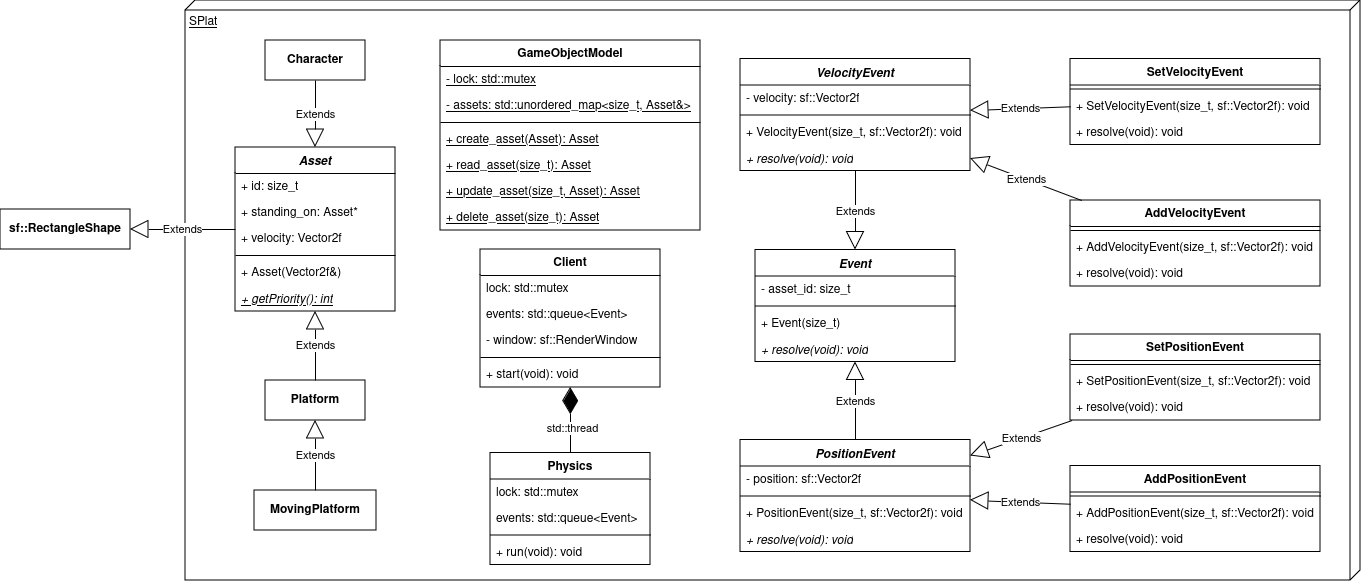
Above: uml/splat_i1_initial.png in mwhicks-dev/SPlat (draw.io), before the change. Source tidied: cells renumbered, new cells last; positions are measured from the earlier drawing's top-left corner, leaving out a move shared by most shapes.
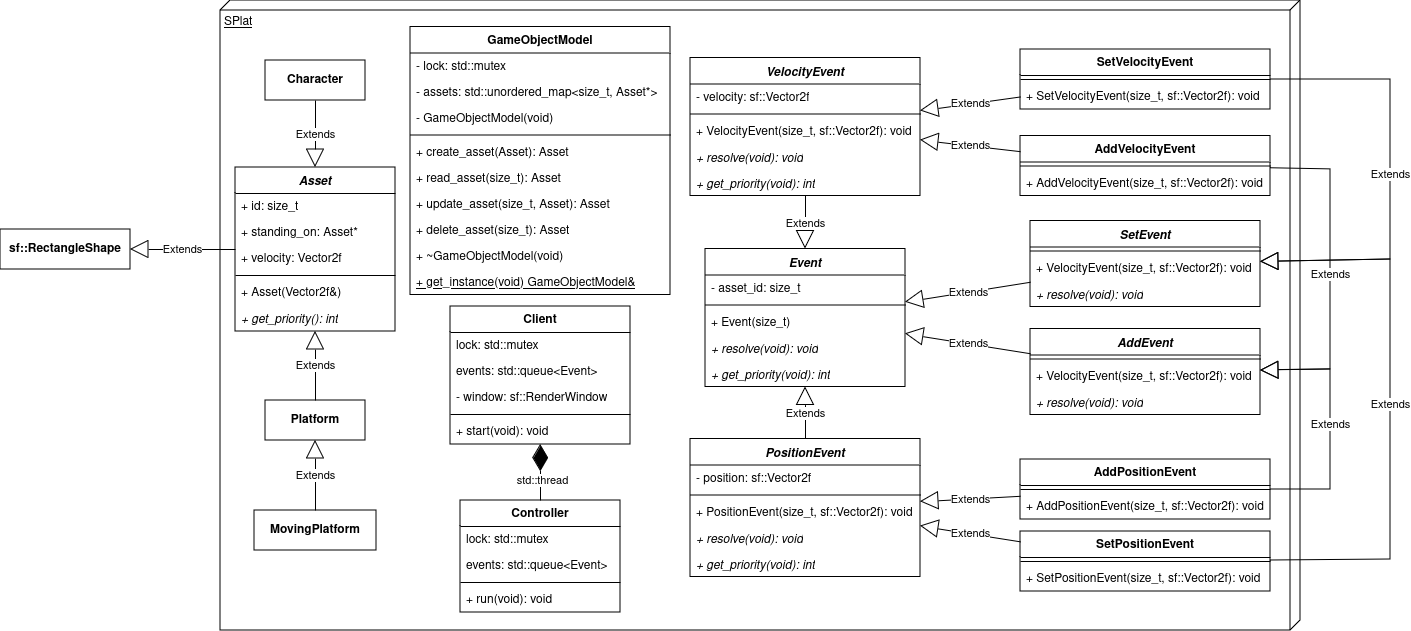
After the commit.

Commit message:
Updated iteration 1 UML

What changed in the source:
```diff
@@ -5,3 +5,3 @@
     <mxCell id="2" value="SPlat" style="verticalAlign=top;align=left;spacingTop=8;spacingLeft=2;spacingRight=12;shape=cube;size=10;direction=south;fontStyle=4;html=1;whiteSpace=wrap;" parent="1" vertex="1">
-      <mxGeometry x="185" width="1175" height="580" as="geometry" />
+      <mxGeometry x="220" y="-20" width="1080" height="630" as="geometry" />
     </mxCell>
@@ -28,3 +28,3 @@
     </mxCell>
-    <mxCell id="10" value="&lt;i&gt;&lt;u&gt;+ getPriority(): int&lt;/u&gt;&lt;/i&gt;" style="text;strokeColor=none;fillColor=none;align=left;verticalAlign=top;spacingLeft=4;spacingRight=4;overflow=hidden;whiteSpace=wrap;html=1;" parent="4" vertex="1">
+    <mxCell id="10" value="&lt;i&gt;&lt;span&gt;+ get_priority(): int&lt;/span&gt;&lt;/i&gt;" style="text;strokeColor=none;fillColor=none;align=left;verticalAlign=top;spacingLeft=4;spacingRight=4;overflow=hidden;whiteSpace=wrap;html=1;fontStyle=0;" parent="4" vertex="1">
       <mxGeometry y="138" width="160" height="26" as="geometry" />
@@ -53,27 +53,36 @@
     <mxCell id="18" value="GameObjectModel" style="swimlane;fontStyle=1;align=center;verticalAlign=top;horizontal=1;startSize=26;whiteSpace=wrap;html=1;" parent="1" vertex="1">
-      <mxGeometry x="440" y="40" width="260" height="190" as="geometry" />
+      <mxGeometry x="410" y="6.5" width="260" height="268" as="geometry" />
     </mxCell>
-    <mxCell id="19" value="- lock: std::mutex" style="text;strokeColor=none;fillColor=none;align=left;verticalAlign=top;spacingLeft=4;spacingRight=4;overflow=hidden;whiteSpace=wrap;html=1;fontStyle=4;" parent="18" vertex="1">
+    <mxCell id="19" value="- lock: std::mutex" style="text;strokeColor=none;fillColor=none;align=left;verticalAlign=top;spacingLeft=4;spacingRight=4;overflow=hidden;whiteSpace=wrap;html=1;fontStyle=0;" parent="18" vertex="1">
       <mxGeometry y="26" width="260" height="26" as="geometry" />
     </mxCell>
-    <mxCell id="20" value="- assets: std::unordered_map&amp;lt;size_t, Asset&amp;amp;&amp;gt;" style="text;strokeColor=none;fillColor=none;align=left;verticalAlign=top;spacingLeft=4;spacingRight=4;overflow=hidden;whiteSpace=wrap;html=1;fontStyle=4;" parent="18" vertex="1">
+    <mxCell id="20" value="- assets: std::unordered_map&amp;lt;size_t, Asset*&amp;gt;" style="text;strokeColor=none;fillColor=none;align=left;verticalAlign=top;spacingLeft=4;spacingRight=4;overflow=hidden;whiteSpace=wrap;html=1;fontStyle=0;" parent="18" vertex="1">
       <mxGeometry y="52" width="260" height="26" as="geometry" />
     </mxCell>
+    <mxCell id="76" value="- GameObjectModel(void)" style="text;strokeColor=none;fillColor=none;align=left;verticalAlign=top;spacingLeft=4;spacingRight=4;overflow=hidden;whiteSpace=wrap;html=1;fontStyle=0;" parent="18" vertex="1">
+      <mxGeometry y="78" width="260" height="26" as="geometry" />
+    </mxCell>
     <mxCell id="21" style="line;strokeWidth=1;fillColor=none;align=left;verticalAlign=middle;spacingTop=-1;spacingLeft=3;spacingRight=3;labelPosition=right;strokeColor=inherit;" parent="18" vertex="1">
-      <mxGeometry y="78" width="260" height="8" as="geometry" />
+      <mxGeometry y="104" width="260" height="8" as="geometry" />
     </mxCell>
-    <mxCell id="22" value="+ create_asset(Asset): Asset" style="text;strokeColor=none;fillColor=none;align=left;verticalAlign=top;spacingLeft=4;spacingRight=4;overflow=hidden;whiteSpace=wrap;html=1;fontStyle=4;" parent="18" vertex="1">
-      <mxGeometry y="86" width="260" height="26" as="geometry" />
+    <mxCell id="22" value="+ create_asset(Asset): Asset" style="text;strokeColor=none;fillColor=none;align=left;verticalAlign=top;spacingLeft=4;spacingRight=4;overflow=hidden;whiteSpace=wrap;html=1;fontStyle=0;" parent="18" vertex="1">
+      <mxGeometry y="112" width="260" height="26" as="geometry" />
     </mxCell>
-    <mxCell id="23" value="+ read_asset(size_t): Asset" style="text;strokeColor=none;fillColor=none;align=left;verticalAlign=top;spacingLeft=4;spacingRight=4;overflow=hidden;whiteSpace=wrap;html=1;fontStyle=4;" parent="18" vertex="1">
-      <mxGeometry y="112" width="260" height="26" as="geometry" />
+    <mxCell id="23" value="+ read_asset(size_t): Asset" style="text;strokeColor=none;fillColor=none;align=left;verticalAlign=top;spacingLeft=4;spacingRight=4;overflow=hidden;whiteSpace=wrap;html=1;fontStyle=0;" parent="18" vertex="1">
+      <mxGeometry y="138" width="260" height="26" as="geometry" />
     </mxCell>
-    <mxCell id="24" value="+ update_asset(size_t, Asset): Asset" style="text;strokeColor=none;fillColor=none;align=left;verticalAlign=top;spacingLeft=4;spacingRight=4;overflow=hidden;whiteSpace=wrap;html=1;fontStyle=4;" parent="18" vertex="1">
-      <mxGeometry y="138" width="260" height="26" as="geometry" />
+    <mxCell id="24" value="+ update_asset(size_t, Asset): Asset" style="text;strokeColor=none;fillColor=none;align=left;verticalAlign=top;spacingLeft=4;spacingRight=4;overflow=hidden;whiteSpace=wrap;html=1;fontStyle=0;" parent="18" vertex="1">
+      <mxGeometry y="164" width="260" height="26" as="geometry" />
     </mxCell>
-    <mxCell id="25" value="+ delete_asset(size_t): Asset" style="text;strokeColor=none;fillColor=none;align=left;verticalAlign=top;spacingLeft=4;spacingRight=4;overflow=hidden;whiteSpace=wrap;html=1;fontStyle=4;" parent="18" vertex="1">
-      <mxGeometry y="164" width="260" height="26" as="geometry" />
+    <mxCell id="25" value="+ delete_asset(size_t): Asset" style="text;strokeColor=none;fillColor=none;align=left;verticalAlign=top;spacingLeft=4;spacingRight=4;overflow=hidden;whiteSpace=wrap;html=1;fontStyle=0;" parent="18" vertex="1">
+      <mxGeometry y="190" width="260" height="26" as="geometry" />
     </mxCell>
+    <mxCell id="77" value="+ ~GameObjectModel(void)" style="text;strokeColor=none;fillColor=none;align=left;verticalAlign=top;spacingLeft=4;spacingRight=4;overflow=hidden;whiteSpace=wrap;html=1;fontStyle=0;" parent="18" vertex="1">
+      <mxGeometry y="216" width="260" height="26" as="geometry" />
+    </mxCell>
+    <mxCell id="78" value="+ get_instance(void) GameObjectModel&amp;amp;" style="text;strokeColor=none;fillColor=none;align=left;verticalAlign=top;spacingLeft=4;spacingRight=4;overflow=hidden;whiteSpace=wrap;html=1;fontStyle=4;" parent="18" vertex="1">
+      <mxGeometry y="242" width="260" height="26" as="geometry" />
+    </mxCell>
     <mxCell id="26" value="Client" style="swimlane;fontStyle=1;align=center;verticalAlign=top;horizontal=1;startSize=26;whiteSpace=wrap;html=1;" parent="1" vertex="1">
-      <mxGeometry x="480" y="249" width="180" height="138" as="geometry" />
+      <mxGeometry x="450" y="286" width="180" height="138" as="geometry" />
     </mxCell>
@@ -94,4 +103,4 @@
     </mxCell>
-    <mxCell id="32" value="Physics" style="swimlane;fontStyle=1;align=center;verticalAlign=top;horizontal=1;startSize=26;whiteSpace=wrap;html=1;" parent="1" vertex="1">
-      <mxGeometry x="490" y="452.5" width="160" height="112" as="geometry" />
+    <mxCell id="32" value="Controller" style="swimlane;fontStyle=1;align=center;verticalAlign=top;horizontal=1;startSize=26;whiteSpace=wrap;html=1;" parent="1" vertex="1">
+      <mxGeometry x="460" y="480" width="160" height="112" as="geometry" />
     </mxCell>
@@ -116,3 +125,3 @@
     <mxCell id="39" value="&lt;i&gt;Event&lt;/i&gt;" style="swimlane;fontStyle=1;align=center;verticalAlign=top;horizontal=1;startSize=26;whiteSpace=wrap;html=1;" parent="1" vertex="1">
-      <mxGeometry x="755" y="249.5" width="200" height="112" as="geometry" />
+      <mxGeometry x="705" y="228.5" width="200" height="138" as="geometry" />
     </mxCell>
@@ -130,4 +139,7 @@
     </mxCell>
+    <mxCell id="79" value="&lt;span&gt;+ get_priority(void): int&lt;br&gt;&lt;/span&gt;" style="text;strokeColor=none;fillColor=none;align=left;verticalAlign=top;spacingLeft=4;spacingRight=4;overflow=hidden;whiteSpace=wrap;html=1;fontStyle=2;" parent="39" vertex="1">
+      <mxGeometry y="112" width="200" height="26" as="geometry" />
+    </mxCell>
     <mxCell id="44" value="&lt;i&gt;PositionEvent&lt;/i&gt;" style="swimlane;fontStyle=1;align=center;verticalAlign=top;horizontal=1;startSize=26;whiteSpace=wrap;html=1;" parent="1" vertex="1">
-      <mxGeometry x="740" y="439.5" width="230" height="112" as="geometry" />
+      <mxGeometry x="690" y="418.5" width="230" height="138" as="geometry" />
     </mxCell>
@@ -145,2 +157,5 @@
     </mxCell>
+    <mxCell id="80" value="+ get_priority(void): int" style="text;strokeColor=none;fillColor=none;align=left;verticalAlign=top;spacingLeft=4;spacingRight=4;overflow=hidden;whiteSpace=wrap;html=1;fontStyle=2;" parent="44" vertex="1">
+      <mxGeometry y="112" width="230" height="26" as="geometry" />
+    </mxCell>
     <mxCell id="49" value="Extends" style="endArrow=block;endSize=16;endFill=0;html=1;rounded=0;" parent="1" edge="1" source="44" target="39">
@@ -149,3 +164,3 @@
     <mxCell id="50" value="SetPositionEvent" style="swimlane;fontStyle=1;align=center;verticalAlign=top;horizontal=1;startSize=26;whiteSpace=wrap;html=1;" parent="1" vertex="1">
-      <mxGeometry x="1070" y="334" width="250" height="86" as="geometry" />
+      <mxGeometry x="1020" y="511" width="250" height="60" as="geometry" />
     </mxCell>
@@ -157,7 +172,4 @@
     </mxCell>
-    <mxCell id="53" value="+ resolve(void): void" style="text;strokeColor=none;fillColor=none;align=left;verticalAlign=top;spacingLeft=4;spacingRight=4;overflow=hidden;whiteSpace=wrap;html=1;fontStyle=0;" parent="50" vertex="1">
-      <mxGeometry y="60" width="250" height="26" as="geometry" />
-    </mxCell>
     <mxCell id="54" value="AddPositionEvent" style="swimlane;fontStyle=1;align=center;verticalAlign=top;horizontal=1;startSize=26;whiteSpace=wrap;html=1;" parent="1" vertex="1">
-      <mxGeometry x="1070" y="465.5" width="250" height="86" as="geometry" />
+      <mxGeometry x="1020" y="439" width="250" height="60" as="geometry" />
     </mxCell>
@@ -169,5 +181,2 @@
     </mxCell>
-    <mxCell id="57" value="+ resolve(void): void" style="text;strokeColor=none;fillColor=none;align=left;verticalAlign=top;spacingLeft=4;spacingRight=4;overflow=hidden;whiteSpace=wrap;html=1;fontStyle=0;" parent="54" vertex="1">
-      <mxGeometry y="60" width="250" height="26" as="geometry" />
-    </mxCell>
     <mxCell id="58" value="Extends" style="endArrow=block;endSize=16;endFill=0;html=1;rounded=0;" parent="1" edge="1" source="54" target="44">
@@ -179,3 +188,3 @@
     <mxCell id="60" value="&lt;i&gt;VelocityEvent&lt;/i&gt;" style="swimlane;fontStyle=1;align=center;verticalAlign=top;horizontal=1;startSize=26;whiteSpace=wrap;html=1;" parent="1" vertex="1">
-      <mxGeometry x="740" y="58.5" width="230" height="112" as="geometry" />
+      <mxGeometry x="690" y="37.5" width="230" height="138" as="geometry" />
     </mxCell>
@@ -193,4 +202,7 @@
     </mxCell>
+    <mxCell id="81" value="+ get_priority(void): int" style="text;strokeColor=none;fillColor=none;align=left;verticalAlign=top;spacingLeft=4;spacingRight=4;overflow=hidden;whiteSpace=wrap;html=1;fontStyle=2;" parent="60" vertex="1">
+      <mxGeometry y="112" width="230" height="26" as="geometry" />
+    </mxCell>
     <mxCell id="65" value="SetVelocityEvent" style="swimlane;fontStyle=1;align=center;verticalAlign=top;horizontal=1;startSize=26;whiteSpace=wrap;html=1;" parent="1" vertex="1">
-      <mxGeometry x="1070" y="58.5" width="250" height="86" as="geometry" />
+      <mxGeometry x="1020" y="29" width="250" height="60" as="geometry" />
     </mxCell>
@@ -202,7 +214,4 @@
     </mxCell>
-    <mxCell id="68" value="+ resolve(void): void" style="text;strokeColor=none;fillColor=none;align=left;verticalAlign=top;spacingLeft=4;spacingRight=4;overflow=hidden;whiteSpace=wrap;html=1;fontStyle=0;" parent="65" vertex="1">
-      <mxGeometry y="60" width="250" height="26" as="geometry" />
-    </mxCell>
     <mxCell id="69" value="AddVelocityEvent" style="swimlane;fontStyle=1;align=center;verticalAlign=top;horizontal=1;startSize=26;whiteSpace=wrap;html=1;" parent="1" vertex="1">
-      <mxGeometry x="1070" y="200" width="250" height="86" as="geometry" />
+      <mxGeometry x="1020" y="115.5" width="250" height="60" as="geometry" />
     </mxCell>
@@ -214,5 +223,2 @@
     </mxCell>
-    <mxCell id="72" value="+ resolve(void): void" style="text;strokeColor=none;fillColor=none;align=left;verticalAlign=top;spacingLeft=4;spacingRight=4;overflow=hidden;whiteSpace=wrap;html=1;fontStyle=0;" parent="69" vertex="1">
-      <mxGeometry y="60" width="250" height="26" as="geometry" />
-    </mxCell>
     <mxCell id="73" value="Extends" style="endArrow=block;endSize=16;endFill=0;html=1;rounded=0;" parent="1" edge="1" source="69" target="60">
@@ -226,2 +232,64 @@
     </mxCell>
+    <mxCell id="82" value="&lt;i&gt;SetEvent&lt;/i&gt;" style="swimlane;fontStyle=1;align=center;verticalAlign=top;horizontal=1;startSize=26;whiteSpace=wrap;html=1;" parent="1" vertex="1">
+      <mxGeometry x="1030" y="200.5" width="230" height="86" as="geometry" />
+    </mxCell>
+    <mxCell id="83" style="line;strokeWidth=1;fillColor=none;align=left;verticalAlign=middle;spacingTop=-1;spacingLeft=3;spacingRight=3;labelPosition=right;strokeColor=inherit;" parent="82" vertex="1">
+      <mxGeometry y="26" width="230" height="8" as="geometry" />
+    </mxCell>
+    <mxCell id="84" value="+ VelocityEvent(size_t, sf::Vector2f): void" style="text;strokeColor=none;fillColor=none;align=left;verticalAlign=top;spacingLeft=4;spacingRight=4;overflow=hidden;whiteSpace=wrap;html=1;" parent="82" vertex="1">
+      <mxGeometry y="34" width="230" height="26" as="geometry" />
+    </mxCell>
+    <mxCell id="85" value="+ resolve(void): void" style="text;strokeColor=none;fillColor=none;align=left;verticalAlign=top;spacingLeft=4;spacingRight=4;overflow=hidden;whiteSpace=wrap;html=1;fontStyle=2;" parent="82" vertex="1">
+      <mxGeometry y="60" width="230" height="26" as="geometry" />
+    </mxCell>
+    <mxCell id="86" value="&lt;i&gt;AddEvent&lt;/i&gt;" style="swimlane;fontStyle=1;align=center;verticalAlign=top;horizontal=1;startSize=26;whiteSpace=wrap;html=1;" parent="1" vertex="1">
+      <mxGeometry x="1030" y="308.5" width="230" height="86" as="geometry" />
+    </mxCell>
+    <mxCell id="87" style="line;strokeWidth=1;fillColor=none;align=left;verticalAlign=middle;spacingTop=-1;spacingLeft=3;spacingRight=3;labelPosition=right;strokeColor=inherit;" parent="86" vertex="1">
+      <mxGeometry y="26" width="230" height="8" as="geometry" />
+    </mxCell>
+    <mxCell id="88" value="+ VelocityEvent(size_t, sf::Vector2f): void" style="text;strokeColor=none;fillColor=none;align=left;verticalAlign=top;spacingLeft=4;spacingRight=4;overflow=hidden;whiteSpace=wrap;html=1;" parent="86" vertex="1">
+      <mxGeometry y="34" width="230" height="26" as="geometry" />
+    </mxCell>
+    <mxCell id="89" value="+ resolve(void): void" style="text;strokeColor=none;fillColor=none;align=left;verticalAlign=top;spacingLeft=4;spacingRight=4;overflow=hidden;whiteSpace=wrap;html=1;fontStyle=2;" parent="86" vertex="1">
+      <mxGeometry y="60" width="230" height="26" as="geometry" />
+    </mxCell>
+    <mxCell id="90" value="Extends" style="endArrow=block;endSize=16;endFill=0;html=1;rounded=0;" parent="1" edge="1" source="82" target="39">
+      <mxGeometry relative="1" as="geometry" />
+    </mxCell>
+    <mxCell id="91" value="Extends" style="endArrow=block;endSize=16;endFill=0;html=1;rounded=0;" parent="1" edge="1" source="86" target="39">
+      <mxGeometry relative="1" as="geometry" />
+    </mxCell>
+    <mxCell id="92" value="Extends" style="endArrow=block;endSize=16;endFill=0;html=1;rounded=0;" parent="1" edge="1" source="65" target="82">
+      <mxGeometry relative="1" as="geometry">
+        <Array as="points">
+          <mxPoint x="1390" y="59" />
+          <mxPoint x="1390" y="239" />
+        </Array>
+      </mxGeometry>
+    </mxCell>
+    <mxCell id="93" value="Extends" style="endArrow=block;endSize=16;endFill=0;html=1;rounded=0;" parent="1" edge="1" source="50" target="82">
+      <mxGeometry relative="1" as="geometry">
+        <Array as="points">
+          <mxPoint x="1390" y="539" />
+          <mxPoint x="1390" y="239" />
+        </Array>
+      </mxGeometry>
+    </mxCell>
+    <mxCell id="94" value="Extends" style="endArrow=block;endSize=16;endFill=0;html=1;rounded=0;" parent="1" edge="1" source="69" target="86">
+      <mxGeometry relative="1" as="geometry">
+        <Array as="points">
+          <mxPoint x="1330" y="149" />
+          <mxPoint x="1330" y="349" />
+        </Array>
+      </mxGeometry>
+    </mxCell>
+    <mxCell id="95" value="Extends" style="endArrow=block;endSize=16;endFill=0;html=1;rounded=0;" parent="1" edge="1" source="54" target="86">
+      <mxGeometry relative="1" as="geometry">
+        <Array as="points">
+          <mxPoint x="1330" y="469" />
+          <mxPoint x="1330" y="349" />
+        </Array>
+      </mxGeometry>
+    </mxCell>
   </root>
```
